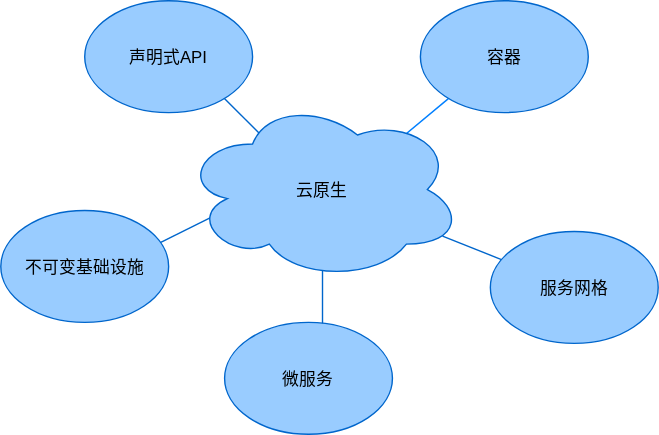
YunZh1Jun/tmp keeps this draw.io diagram as test/未命名绘图.drawio.svg. Above is the earlier version. Source tidied: cells renumbered, new cells last; positions are measured from the earlier drawing's top-left corner, leaving out a move shared by most shapes.
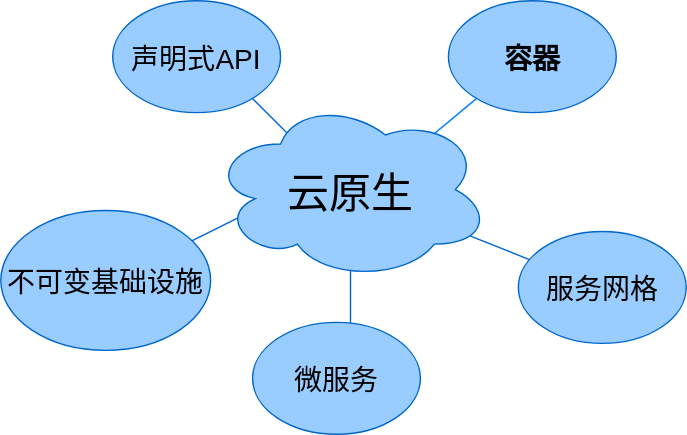
The same diagram one commit later.

Commit message:
更新未命名绘图.drawio.svg

Diff of the diagram source:
```diff
@@ -29,22 +29,22 @@
     <mxCell id="6" style="endArrow=none;rounded=0;strokeColor=#0066CC;" parent="1" edge="1" source="12" target="8">
       <mxGeometry relative="1" as="geometry" />
     </mxCell>
-    <mxCell id="7" value="声明式API" style="ellipse;fillColor=#99CCFF;strokeColor=#0066CC;" parent="1" vertex="1">
+    <mxCell id="7" value="声明式API" style="ellipse;fillColor=#99CCFF;strokeColor=#0066CC;fontSize=20;" parent="1" vertex="1">
       <mxGeometry x="60" width="120" height="80" as="geometry" />
     </mxCell>
-    <mxCell id="8" value="云原生" style="ellipse;shape=cloud;fillColor=#99CCFF;strokeColor=#0066CC;" parent="1" vertex="1">
+    <mxCell id="8" value="云原生" style="ellipse;shape=cloud;fillColor=#99CCFF;strokeColor=#0066CC;fontSize=30;" parent="1" vertex="1">
       <mxGeometry x="130" y="70" width="200" height="130" as="geometry" />
     </mxCell>
-    <mxCell id="9" value="不可变基础设施" style="ellipse;fillColor=#99CCFF;strokeColor=#0066CC;" parent="1" vertex="1">
-      <mxGeometry y="150" width="120" height="80" as="geometry" />
+    <mxCell id="9" value="不可变基础设施" style="ellipse;fillColor=#99CCFF;strokeColor=#0066CC;fontSize=20;" parent="1" vertex="1">
+      <mxGeometry x="-20" y="150" width="150" height="100" as="geometry" />
     </mxCell>
-    <mxCell id="10" value="容器" style="ellipse;fillColor=#99CCFF;strokeColor=#0066CC;" parent="1" vertex="1">
+    <mxCell id="10" value="容器" style="ellipse;fillColor=#99CCFF;strokeColor=#0066CC;fontSize=20;fontStyle=1;" parent="1" vertex="1">
       <mxGeometry x="300" width="120" height="80" as="geometry" />
     </mxCell>
-    <mxCell id="11" value="微服务" style="ellipse;fillColor=#99CCFF;strokeColor=#0066CC;" parent="1" vertex="1">
+    <mxCell id="11" value="微服务" style="ellipse;fillColor=#99CCFF;strokeColor=#0066CC;fontSize=20;" parent="1" vertex="1">
       <mxGeometry x="160" y="230" width="120" height="80" as="geometry" />
     </mxCell>
-    <mxCell id="12" value="服务网格" style="ellipse;strokeColor=#0066CC;fillColor=#99CCFF;" parent="1" vertex="1">
+    <mxCell id="12" value="服务网格" style="ellipse;strokeColor=#0066CC;fillColor=#99CCFF;fontSize=20;" parent="1" vertex="1">
       <mxGeometry x="350" y="165" width="120" height="80" as="geometry" />
     </mxCell>
   </root>
```
